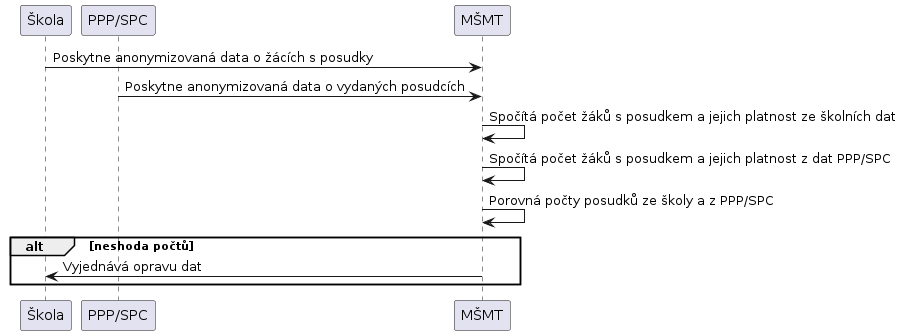
This is img/seq-kontrolni-soucty.png from DanielADK/tul-prj, a PlantUML export, as it was before one commit. Its diagram source:
```plantuml
@startuml
participant "Škola" as Skola
participant "PPP/SPC" as PPPSPC
participant "MŠMT" as MSMT

Skola -> MSMT: Poskytne anonymizovaná data o žácích s posudky
PPPSPC -> MSMT: Poskytne anonymizovaná data o vydaných posudcích

MSMT -> MSMT: Spočítá počet žáků s posudkem a jejich platnost ze školních dat
MSMT -> MSMT: Spočítá počet žáků s posudkem a jejich platnost z dat PPP/SPC
MSMT -> MSMT: Porovná počty posudků ze školy a z PPP/SPC

alt neshoda počtů
    MSMT -> Skola: Vyjednává opravu dat
end

@enduml
```
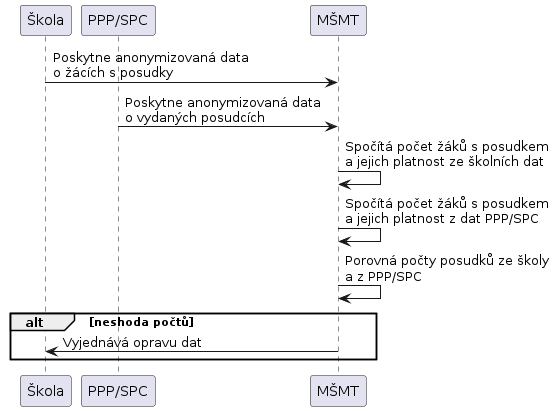
The same diagram one commit later.

Change to the diagram source:
```diff
@@ -3,12 +3,12 @@
 participant "PPP/SPC" as PPPSPC
 participant "MŠMT" as MSMT
 
-Skola -> MSMT: Poskytne anonymizovaná data o žácích s posudky
-PPPSPC -> MSMT: Poskytne anonymizovaná data o vydaných posudcích
+Skola -> MSMT: Poskytne anonymizovaná data\no žácích s posudky
+PPPSPC -> MSMT: Poskytne anonymizovaná data\no vydaných posudcích
 
-MSMT -> MSMT: Spočítá počet žáků s posudkem a jejich platnost ze školních dat
-MSMT -> MSMT: Spočítá počet žáků s posudkem a jejich platnost z dat PPP/SPC
-MSMT -> MSMT: Porovná počty posudků ze školy a z PPP/SPC
+MSMT -> MSMT: Spočítá počet žáků s posudkem\na jejich platnost ze školních dat
+MSMT -> MSMT: Spočítá počet žáků s posudkem\na jejich platnost z dat PPP/SPC
+MSMT -> MSMT: Porovná počty posudků ze školy\na z PPP/SPC
 
 alt neshoda počtů
     MSMT -> Skola: Vyjednává opravu dat
```
